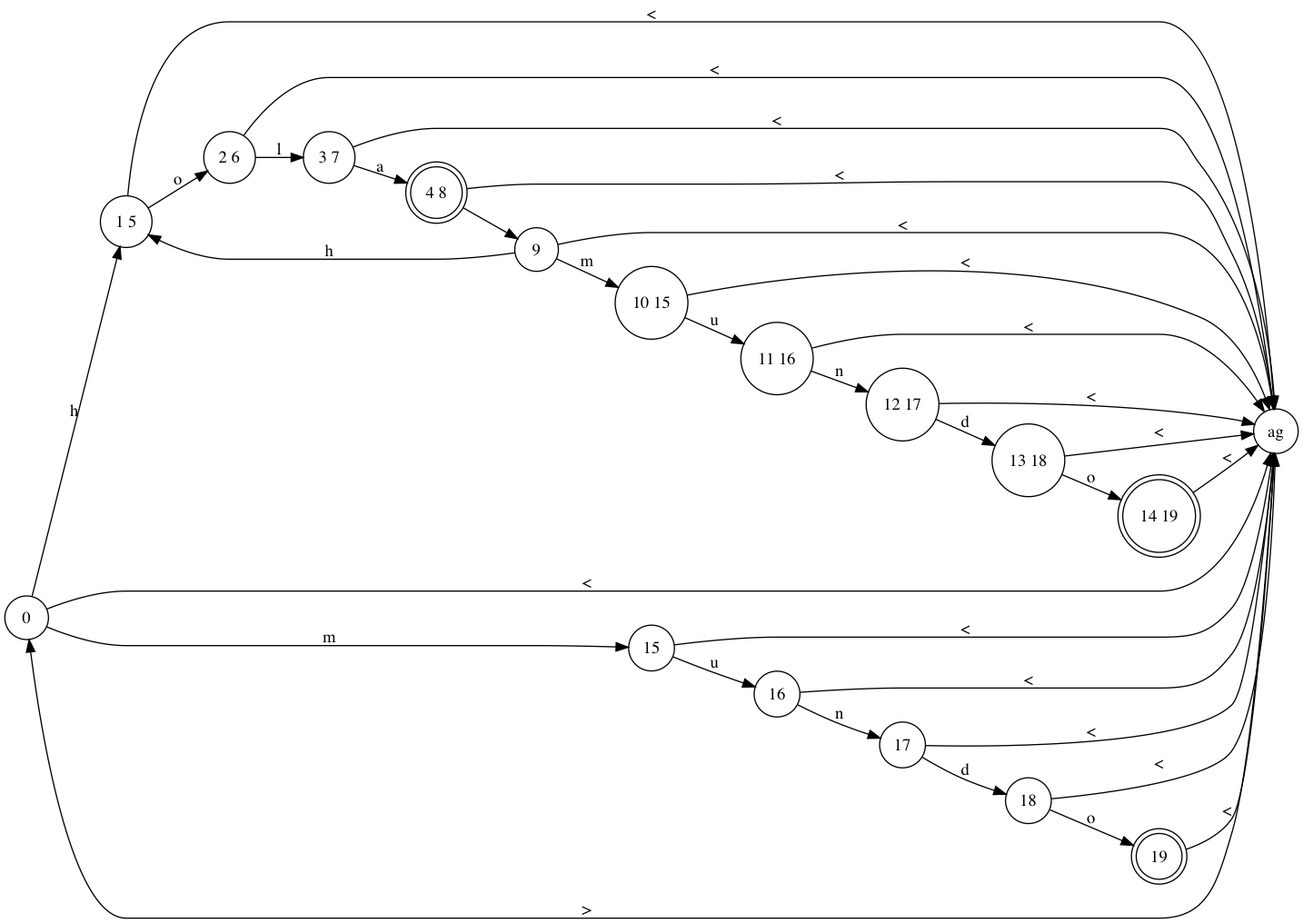
The Graphviz diagram determinante.png in GdeAchaval/automaton, before a commit. Its source is kept beside it as determinante.dot.
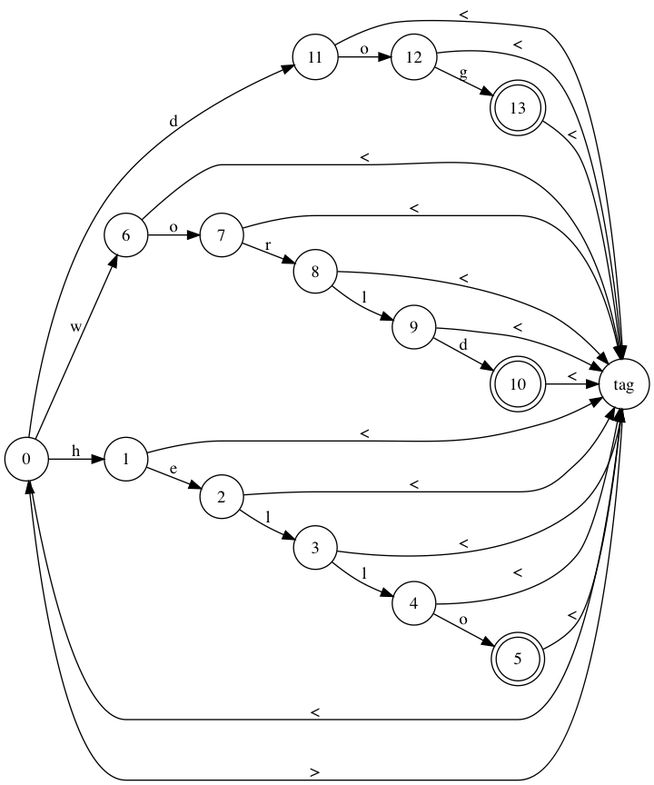
The same file after the commit.

The edit, as a diff of the source:
```diff
@@ -1,54 +1,47 @@
 digraph {
 rankdir = "LR";
 node [shape=circle] Node_0[label="0"];
-node [shape=circle] Node_1_5[label="1 5"];
-node [shape=circle] Nodetag[label="ag"];
-node [shape=circle] Node_15[label="15"];
-node [shape=circle] Node_2_6[label="2 6"];
-node [shape=circle] Node_16[label="16"];
-node [shape=circle] Node_3_7[label="3 7"];
-node [shape=circle] Node_17[label="17"];
-node [shape=doublecircle] Node_4_8[label="4 8"];
-node [shape=circle] Node_18[label="18"];
+node [shape=circle] Node_11[label="11"];
+node [shape=circle] Node_6[label="6"];
+node [shape=circle] Node_1[label="1"];
+node [shape=circle] Node_tag[label="tag"];
+node [shape=circle] Node_12[label="12"];
+node [shape=circle] Node_7[label="7"];
+node [shape=circle] Node_2[label="2"];
+node [shape=doublecircle] Node_13[label="13"];
+node [shape=circle] Node_8[label="8"];
+node [shape=circle] Node_3[label="3"];
 node [shape=circle] Node_9[label="9"];
-node [shape=doublecircle] Node_19[label="19"];
-node [shape=circle] Node_10_15[label="10 15"];
-node [shape=circle] Node_11_16[label="11 16"];
-node [shape=circle] Node_12_17[label="12 17"];
-node [shape=circle] Node_13_18[label="13 18"];
-node [shape=doublecircle] Node_14_19[label="14 19"];
+node [shape=circle] Node_4[label="4"];
+node [shape=doublecircle] Node_10[label="10"];
+node [shape=doublecircle] Node_5[label="5"];
 
-Node_0 -> Node_1_5 [label="h"];
-Node_0 -> Nodetag [label="<"];
-Node_0 -> Node_15 [label="m"];
-Node_1_5 -> Nodetag [label="<"];
-Node_1_5 -> Node_2_6 [label="o"];
-Nodetag -> Node_0 [label=">"];
-Node_15 -> Node_16 [label="u"];
-Node_15 -> Nodetag [label="<"];
-Node_2_6 -> Nodetag [label="<"];
-Node_2_6 -> Node_3_7 [label="l"];
-Node_16 -> Nodetag [label="<"];
-Node_16 -> Node_17 [label="n"];
-Node_3_7 -> Node_4_8 [label="a"];
-Node_3_7 -> Nodetag [label="<"];
-Node_17 -> Node_18 [label="d"];
-Node_17 -> Nodetag [label="<"];
-Node_4_8 -> Node_9 [label=" "];
-Node_4_8 -> Nodetag [label="<"];
-Node_18 -> Nodetag [label="<"];
-Node_18 -> Node_19 [label="o"];
-Node_9 -> Node_1_5 [label="h"];
-Node_9 -> Nodetag [label="<"];
-Node_9 -> Node_10_15 [label="m"];
-Node_19 -> Nodetag [label="<"];
-Node_10_15 -> Node_11_16 [label="u"];
-Node_10_15 -> Nodetag [label="<"];
-Node_11_16 -> Nodetag [label="<"];
-Node_11_16 -> Node_12_17 [label="n"];
-Node_12_17 -> Node_13_18 [label="d"];
-Node_12_17 -> Nodetag [label="<"];
-Node_13_18 -> Nodetag [label="<"];
-Node_13_18 -> Node_14_19 [label="o"];
-Node_14_19 -> Nodetag [label="<"];
+Node_0 -> Node_11 [label="d"];
+Node_0 -> Node_6 [label="w"];
+Node_0 -> Node_1 [label="h"];
+Node_0 -> Node_tag [label="<"];
+Node_11 -> Node_tag [label="<"];
+Node_11 -> Node_12 [label="o"];
+Node_6 -> Node_tag [label="<"];
+Node_6 -> Node_7 [label="o"];
+Node_1 -> Node_2 [label="e"];
+Node_1 -> Node_tag [label="<"];
+Node_tag -> Node_0 [label=">"];
+Node_12 -> Node_13 [label="g"];
+Node_12 -> Node_tag [label="<"];
+Node_7 -> Node_8 [label="r"];
+Node_7 -> Node_tag [label="<"];
+Node_2 -> Node_tag [label="<"];
+Node_2 -> Node_3 [label="l"];
+Node_13 -> Node_tag [label="<"];
+Node_8 -> Node_tag [label="<"];
+Node_8 -> Node_9 [label="l"];
+Node_3 -> Node_tag [label="<"];
+Node_3 -> Node_4 [label="l"];
+Node_9 -> Node_10 [label="d"];
+Node_9 -> Node_tag [label="<"];
+Node_4 -> Node_tag [label="<"];
+Node_4 -> Node_5 [label="o"];
+Node_10 -> Node_tag [label="<"];
+Node_5 -> Node_tag [label="<"];
 }
```
